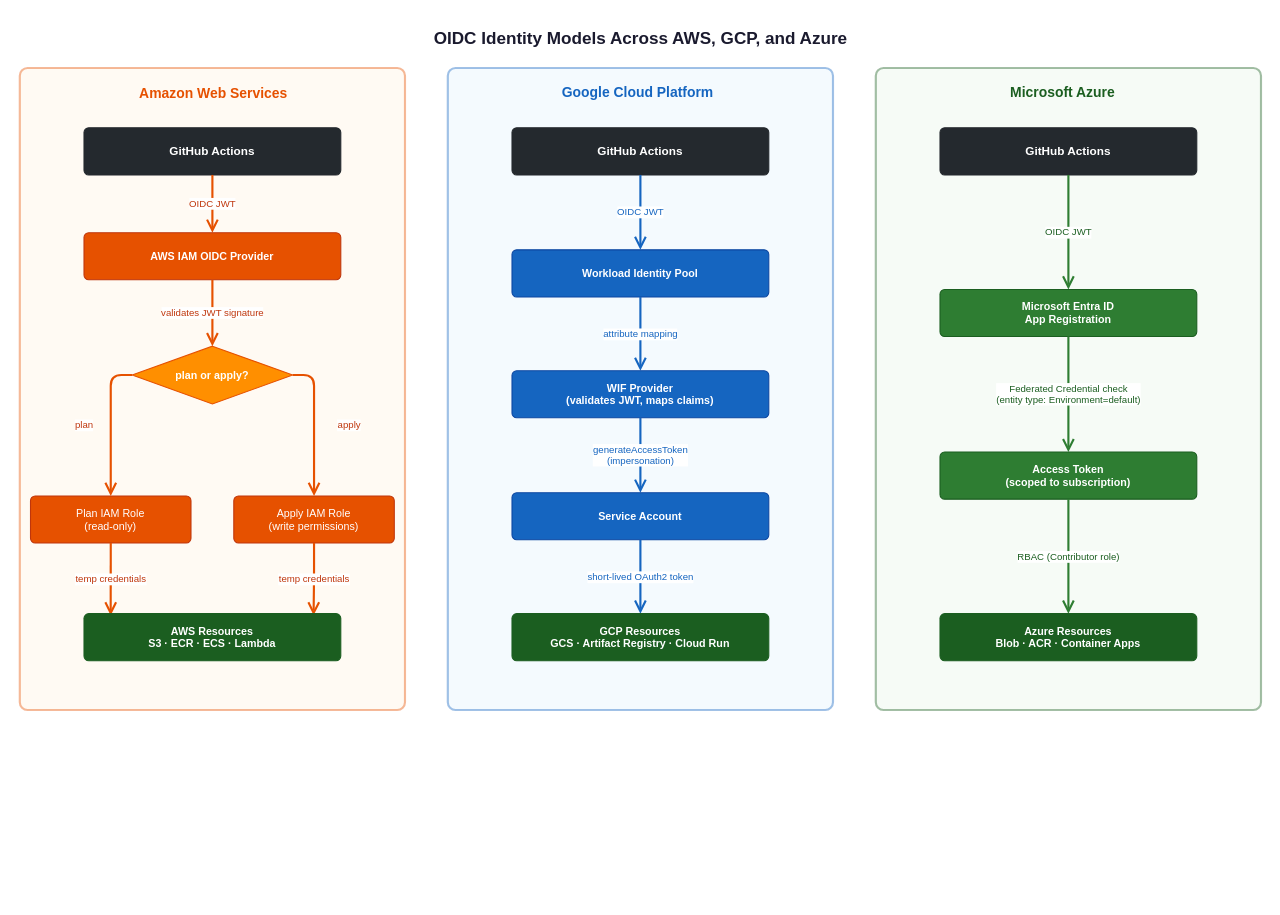
The draw.io diagram docs/diagrams/oidc-identity-models.drawio in edoatley/tf-public-cloud, before the edit. Source tidied: cells renumbered, new cells numbered last; positions are measured from the earlier drawing's top-left corner, leaving out a move shared by most shapes. Both pictures are drawn from the tidied source at 107%, with x=0, y=0 at pixel (19, 18).
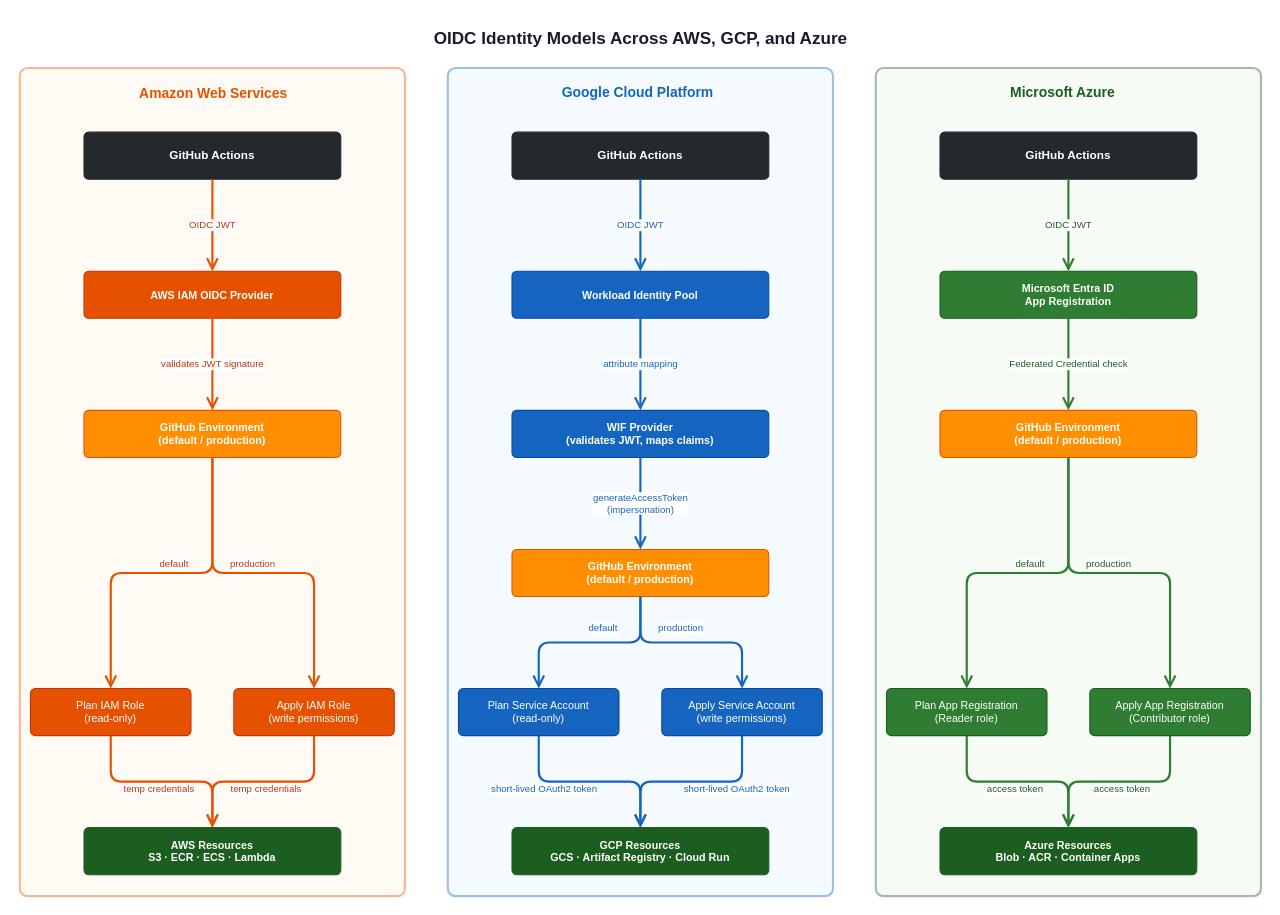
The same page after the edit.

What changed in the source:
```diff
@@
     <mxCell id="3" style="rounded=1;whiteSpace=wrap;html=1;fillColor=#fff3e0;strokeColor=#e65100;strokeWidth=2;opacity=40;arcSize=2;" parent="1" vertex="1">
-      <mxGeometry y="46" width="360" height="600" as="geometry" />
+      <mxGeometry y="46" width="360" height="774" as="geometry" />
     </mxCell>
     <mxCell id="4" style="rounded=1;whiteSpace=wrap;html=1;fillColor=#e3f2fd;strokeColor=#1565c0;strokeWidth=2;opacity=40;arcSize=2;" parent="1" vertex="1">
-      <mxGeometry x="400" y="46" width="360" height="600" as="geometry" />
+      <mxGeometry x="400" y="46" width="360" height="774" as="geometry" />
     </mxCell>
     <mxCell id="5" style="rounded=1;whiteSpace=wrap;html=1;fillColor=#e8f5e9;strokeColor=#1b5e20;strokeWidth=2;opacity=40;arcSize=2;" parent="1" vertex="1">
-      <mxGeometry x="800" y="46" width="360" height="600" as="geometry" />
+      <mxGeometry x="800" y="46" width="360" height="774" as="geometry" />
     </mxCell>
     <mxCell id="6" value="Amazon Web Services" style="text;html=1;strokeColor=none;fillColor=none;align=left;verticalAlign=middle;fontSize=13;fontStyle=1;fontColor=#e65100;" parent="1" vertex="1">
-      <mxGeometry x="110" y="54" width="152" height="32" as="geometry" />
+      <mxGeometry x="110" y="54" width="200" height="32" as="geometry" />
     </mxCell>
     <mxCell id="7" value="Google Cloud Platform" style="text;html=1;strokeColor=none;fillColor=none;align=left;verticalAlign=middle;fontSize=13;fontStyle=1;fontColor=#1565c0;" parent="1" vertex="1">
-      <mxGeometry x="505" y="53" width="150" height="32" as="geometry" />
+      <mxGeometry x="505" y="53" width="200" height="32" as="geometry" />
     </mxCell>
     <mxCell id="8" value="Microsoft Azure" style="text;html=1;strokeColor=none;fillColor=none;align=left;verticalAlign=middle;fontSize=13;fontStyle=1;fontColor=#1b5e20;" parent="1" vertex="1">
-      <mxGeometry x="924" y="53" width="112" height="32" as="geometry" />
+      <mxGeometry x="924" y="53" width="180" height="32" as="geometry" />
     </mxCell>
     <mxCell id="9" value="GitHub Actions" style="rounded=1;whiteSpace=wrap;html=1;fillColor=#24292e;strokeColor=#24292e;fontColor=#ffffff;fontStyle=1;fontSize=11;arcSize=10;" parent="1" vertex="1">
-      <mxGeometry x="60" y="102" width="240" height="44" as="geometry" />
+      <mxGeometry x="60" y="106" width="240" height="44" as="geometry" />
     </mxCell>
     <mxCell id="10" value="GitHub Actions" style="rounded=1;whiteSpace=wrap;html=1;fillColor=#24292e;strokeColor=#24292e;fontColor=#ffffff;fontStyle=1;fontSize=11;arcSize=10;" parent="1" vertex="1">
-      <mxGeometry x="460" y="102" width="240" height="44" as="geometry" />
+      <mxGeometry x="460" y="106" width="240" height="44" as="geometry" />
     </mxCell>
     <mxCell id="11" value="GitHub Actions" style="rounded=1;whiteSpace=wrap;html=1;fillColor=#24292e;strokeColor=#24292e;fontColor=#ffffff;fontStyle=1;fontSize=11;arcSize=10;" parent="1" vertex="1">
-      <mxGeometry x="860" y="102" width="240" height="44" as="geometry" />
+      <mxGeometry x="860" y="106" width="240" height="44" as="geometry" />
     </mxCell>
+    <mxCell id="15" value="AWS IAM OIDC Provider" style="rounded=1;whiteSpace=wrap;html=1;fillColor=#e65100;strokeColor=#bf360c;fontColor=#ffffff;fontStyle=1;fontSize=10;arcSize=10;" parent="1" vertex="1">
+      <mxGeometry x="60" y="236" width="240" height="44" as="geometry" />
+    </mxCell>
+    <mxCell id="16" value="Workload Identity Pool" style="rounded=1;whiteSpace=wrap;html=1;fillColor=#1565c0;strokeColor=#0d47a1;fontColor=#ffffff;fontStyle=1;fontSize=10;arcSize=10;" parent="1" vertex="1">
+      <mxGeometry x="460" y="236" width="240" height="44" as="geometry" />
+    </mxCell>
+    <mxCell id="17" value="Microsoft Entra ID&#10;App Registration" style="rounded=1;whiteSpace=wrap;html=1;fillColor=#2e7d32;strokeColor=#1b5e20;fontColor=#ffffff;fontStyle=1;fontSize=10;arcSize=10;" parent="1" vertex="1">
+      <mxGeometry x="860" y="236" width="240" height="44" as="geometry" />
+    </mxCell>
+    <mxCell id="37" value="GitHub Environment&#10;(default / production)" style="rounded=1;whiteSpace=wrap;html=1;fillColor=#ff8f00;strokeColor=#e65100;fontColor=#ffffff;fontStyle=1;fontSize=10;arcSize=10;" parent="1" vertex="1">
+      <mxGeometry x="60" y="366" width="240" height="44" as="geometry" />
+    </mxCell>
+    <mxCell id="22" value="WIF Provider&#10;(validates JWT, maps claims)" style="rounded=1;whiteSpace=wrap;html=1;fillColor=#1565c0;strokeColor=#0d47a1;fontColor=#ffffff;fontStyle=1;fontSize=10;arcSize=10;" parent="1" vertex="1">
+      <mxGeometry x="460" y="366" width="240" height="44" as="geometry" />
+    </mxCell>
+    <mxCell id="38" value="GitHub Environment&#10;(default / production)" style="rounded=1;whiteSpace=wrap;html=1;fillColor=#ff8f00;strokeColor=#e65100;fontColor=#ffffff;fontStyle=1;fontSize=10;arcSize=10;" parent="1" vertex="1">
+      <mxGeometry x="860" y="366" width="240" height="44" as="geometry" />
+    </mxCell>
+    <mxCell id="39" value="GitHub Environment&#10;(default / production)" style="rounded=1;whiteSpace=wrap;html=1;fillColor=#ff8f00;strokeColor=#e65100;fontColor=#ffffff;fontStyle=1;fontSize=10;arcSize=10;" parent="1" vertex="1">
+      <mxGeometry x="460" y="496" width="240" height="44" as="geometry" />
+    </mxCell>
+    <mxCell id="24" value="Plan IAM Role&#10;(read-only)" style="rounded=1;whiteSpace=wrap;html=1;fillColor=#e65100;strokeColor=#bf360c;fontColor=#ffffff;fontStyle=0;fontSize=10;arcSize=10;" parent="1" vertex="1">
+      <mxGeometry x="10" y="626" width="150" height="44" as="geometry" />
+    </mxCell>
+    <mxCell id="25" value="Apply IAM Role&#10;(write permissions)" style="rounded=1;whiteSpace=wrap;html=1;fillColor=#e65100;strokeColor=#bf360c;fontColor=#ffffff;fontStyle=0;fontSize=10;arcSize=10;" parent="1" vertex="1">
+      <mxGeometry x="200" y="626" width="150" height="44" as="geometry" />
+    </mxCell>
+    <mxCell id="40" value="Plan Service Account&#10;(read-only)" style="rounded=1;whiteSpace=wrap;html=1;fillColor=#1565c0;strokeColor=#0d47a1;fontColor=#ffffff;fontStyle=0;fontSize=10;arcSize=10;" parent="1" vertex="1">
+      <mxGeometry x="410" y="626" width="150" height="44" as="geometry" />
+    </mxCell>
+    <mxCell id="41" value="Apply Service Account&#10;(write permissions)" style="rounded=1;whiteSpace=wrap;html=1;fillColor=#1565c0;strokeColor=#0d47a1;fontColor=#ffffff;fontStyle=0;fontSize=10;arcSize=10;" parent="1" vertex="1">
+      <mxGeometry x="600" y="626" width="150" height="44" as="geometry" />
+    </mxCell>
+    <mxCell id="42" value="Plan App Registration&#10;(Reader role)" style="rounded=1;whiteSpace=wrap;html=1;fillColor=#2e7d32;strokeColor=#1b5e20;fontColor=#ffffff;fontStyle=0;fontSize=10;arcSize=10;" parent="1" vertex="1">
+      <mxGeometry x="810" y="626" width="150" height="44" as="geometry" />
+    </mxCell>
+    <mxCell id="43" value="Apply App Registration&#10;(Contributor role)" style="rounded=1;whiteSpace=wrap;html=1;fillColor=#2e7d32;strokeColor=#1b5e20;fontColor=#ffffff;fontStyle=0;fontSize=10;arcSize=10;" parent="1" vertex="1">
+      <mxGeometry x="1000" y="626" width="150" height="44" as="geometry" />
+    </mxCell>
+    <mxCell id="34" value="AWS Resources&#10;S3 · ECR · ECS · Lambda" style="rounded=1;whiteSpace=wrap;html=1;fillColor=#1b5e20;strokeColor=#1b5e20;fontColor=#ffffff;fontStyle=1;fontSize=10;arcSize=10;" parent="1" vertex="1">
+      <mxGeometry x="60" y="756" width="240" height="44" as="geometry" />
+    </mxCell>
+    <mxCell id="35" value="GCP Resources&#10;GCS · Artifact Registry · Cloud Run" style="rounded=1;whiteSpace=wrap;html=1;fillColor=#1b5e20;strokeColor=#1b5e20;fontColor=#ffffff;fontStyle=1;fontSize=10;arcSize=10;" parent="1" vertex="1">
+      <mxGeometry x="460" y="756" width="240" height="44" as="geometry" />
+    </mxCell>
+    <mxCell id="36" value="Azure Resources&#10;Blob · ACR · Container Apps" style="rounded=1;whiteSpace=wrap;html=1;fillColor=#1b5e20;strokeColor=#1b5e20;fontColor=#ffffff;fontStyle=1;fontSize=10;arcSize=10;" parent="1" vertex="1">
+      <mxGeometry x="860" y="756" width="240" height="44" as="geometry" />
+    </mxCell>
-    <mxCell id="12" value="OIDC JWT" style="endArrow=open;endFill=0;endSize=8;html=1;strokeColor=#e65100;strokeWidth=2;exitX=0.5;exitY=1;exitDx=0;exitDy=0;entryX=0.5;entryY=0;entryDx=0;entryDy=0;align=center;fontSize=9;fontColor=#bf360c;" parent="1" edge="1" source="9" target="15">
+    <mxCell id="12" value="OIDC JWT" style="endArrow=open;endFill=0;endSize=8;html=1;strokeColor=#e65100;strokeWidth=2;align=center;fontSize=9;fontColor=#bf360c;" parent="1" edge="1" source="9" target="15">
       <mxGeometry relative="1" as="geometry" />
     </mxCell>
-    <mxCell id="13" value="OIDC JWT" style="endArrow=open;endFill=0;endSize=8;html=1;strokeColor=#1565c0;strokeWidth=2;exitX=0.5;exitY=1;exitDx=0;exitDy=0;entryX=0.5;entryY=0;entryDx=0;entryDy=0;align=center;fontSize=9;fontColor=#1565c0;" parent="1" edge="1" source="10" target="16">
+    <mxCell id="13" value="OIDC JWT" style="endArrow=open;endFill=0;endSize=8;html=1;strokeColor=#1565c0;strokeWidth=2;align=center;fontSize=9;fontColor=#1565c0;" parent="1" edge="1" source="10" target="16">
       <mxGeometry relative="1" as="geometry" />
     </mxCell>
-    <mxCell id="14" value="OIDC JWT" style="endArrow=open;endFill=0;endSize=8;html=1;strokeColor=#2e7d32;strokeWidth=2;exitX=0.5;exitY=1;exitDx=0;exitDy=0;entryX=0.5;entryY=0;entryDx=0;entryDy=0;align=center;fontSize=9;fontColor=#1b5e20;" parent="1" edge="1" source="11" target="17">
+    <mxCell id="14" value="OIDC JWT" style="endArrow=open;endFill=0;endSize=8;html=1;strokeColor=#2e7d32;strokeWidth=2;align=center;fontSize=9;fontColor=#1b5e20;" parent="1" edge="1" source="11" target="17">
       <mxGeometry relative="1" as="geometry" />
     </mxCell>
-    <mxCell id="15" value="AWS IAM OIDC Provider" style="rounded=1;whiteSpace=wrap;html=1;fillColor=#e65100;strokeColor=#bf360c;fontColor=#ffffff;fontStyle=1;fontSize=10;arcSize=10;" parent="1" vertex="1">
-      <mxGeometry x="60" y="200" width="240" height="44" as="geometry" />
-    </mxCell>
-    <mxCell id="16" value="Workload Identity Pool" style="rounded=1;whiteSpace=wrap;html=1;fillColor=#1565c0;strokeColor=#0d47a1;fontColor=#ffffff;fontStyle=1;fontSize=10;arcSize=10;" parent="1" vertex="1">
-      <mxGeometry x="460" y="216" width="240" height="44" as="geometry" />
-    </mxCell>
-    <mxCell id="17" value="Microsoft Entra ID&#10;App Registration" style="rounded=1;whiteSpace=wrap;html=1;fillColor=#2e7d32;strokeColor=#1b5e20;fontColor=#ffffff;fontStyle=1;fontSize=10;arcSize=10;" parent="1" vertex="1">
-      <mxGeometry x="860" y="253" width="240" height="44" as="geometry" />
-    </mxCell>
-    <mxCell id="18" value="validates JWT signature" style="endArrow=open;endFill=0;endSize=8;html=1;strokeColor=#e65100;strokeWidth=2;exitX=0.5;exitY=1;exitDx=0;exitDy=0;entryX=0.5;entryY=0;entryDx=0;entryDy=0;align=center;fontSize=9;fontColor=#bf360c;" parent="1" edge="1" source="15" target="21">
+    <mxCell id="18" value="validates JWT signature" style="endArrow=open;endFill=0;endSize=8;html=1;strokeColor=#e65100;strokeWidth=2;align=center;fontSize=9;fontColor=#bf360c;" parent="1" edge="1" source="15" target="37">
       <mxGeometry relative="1" as="geometry" />
     </mxCell>
-    <mxCell id="19" value="attribute mapping" style="endArrow=open;endFill=0;endSize=8;html=1;strokeColor=#1565c0;strokeWidth=2;exitX=0.5;exitY=1;exitDx=0;exitDy=0;entryX=0.5;entryY=0;entryDx=0;entryDy=0;align=center;fontSize=9;fontColor=#1565c0;" parent="1" edge="1" source="16" target="22">
+    <mxCell id="19" value="attribute mapping" style="endArrow=open;endFill=0;endSize=8;html=1;strokeColor=#1565c0;strokeWidth=2;align=center;fontSize=9;fontColor=#1565c0;" parent="1" edge="1" source="16" target="22">
       <mxGeometry relative="1" as="geometry" />
     </mxCell>
-    <mxCell id="20" value="Federated Credential check&#10;(entity type: Environment=default)" style="endArrow=open;endFill=0;endSize=8;html=1;strokeColor=#2e7d32;strokeWidth=2;exitX=0.5;exitY=1;exitDx=0;exitDy=0;entryX=0.5;entryY=0;entryDx=0;entryDy=0;align=center;fontSize=9;fontColor=#1b5e20;" parent="1" edge="1" source="17" target="23">
+    <mxCell id="20" value="Federated Credential check" style="endArrow=open;endFill=0;endSize=8;html=1;strokeColor=#2e7d32;strokeWidth=2;align=center;fontSize=9;fontColor=#1b5e20;" parent="1" edge="1" source="17" target="38">
       <mxGeometry relative="1" as="geometry" />
     </mxCell>
-    <mxCell id="21" value="plan or apply?" style="rhombus;whiteSpace=wrap;html=1;fillColor=#ff8f00;strokeColor=#e65100;fontColor=#ffffff;fontStyle=1;fontSize=10;" parent="1" vertex="1">
-      <mxGeometry x="105" y="306" width="150" height="54" as="geometry" />
-    </mxCell>
-    <mxCell id="22" value="WIF Provider&#10;(validates JWT, maps claims)" style="rounded=1;whiteSpace=wrap;html=1;fillColor=#1565c0;strokeColor=#0d47a1;fontColor=#ffffff;fontStyle=1;fontSize=10;arcSize=10;" parent="1" vertex="1">
-      <mxGeometry x="460" y="329" width="240" height="44" as="geometry" />
-    </mxCell>
-    <mxCell id="23" value="Access Token&#10;(scoped to subscription)" style="rounded=1;whiteSpace=wrap;html=1;fillColor=#2e7d32;strokeColor=#1b5e20;fontColor=#ffffff;fontStyle=1;fontSize=10;arcSize=10;" parent="1" vertex="1">
-      <mxGeometry x="860" y="405" width="240" height="44" as="geometry" />
-    </mxCell>
-    <mxCell id="24" value="Plan IAM Role&#10;(read-only)" style="rounded=1;whiteSpace=wrap;html=1;fillColor=#e65100;strokeColor=#bf360c;fontColor=#ffffff;fontStyle=0;fontSize=10;arcSize=10;" parent="1" vertex="1">
-      <mxGeometry x="10" y="446" width="150" height="44" as="geometry" />
-    </mxCell>
-    <mxCell id="25" value="Apply IAM Role&#10;(write permissions)" style="rounded=1;whiteSpace=wrap;html=1;fillColor=#e65100;strokeColor=#bf360c;fontColor=#ffffff;fontStyle=0;fontSize=10;arcSize=10;" parent="1" vertex="1">
-      <mxGeometry x="200" y="446" width="150" height="44" as="geometry" />
-    </mxCell>
-    <mxCell id="26" value="plan" style="endArrow=open;endFill=0;endSize=8;html=1;strokeColor=#e65100;strokeWidth=2;edgeStyle=orthogonalEdgeStyle;exitX=0;exitY=0.5;exitDx=0;exitDy=0;entryX=0.5;entryY=0;entryDx=0;entryDy=0;align=left;fontSize=9;fontColor=#bf360c;" parent="1" edge="1" source="21" target="24">
-      <mxGeometry x="0.01" y="-35" relative="1" as="geometry">
-        <Array as="points">
-          <mxPoint x="85" y="333" />
-        </Array>
-      </mxGeometry>
-    </mxCell>
-    <mxCell id="27" value="apply" style="endArrow=open;endFill=0;endSize=8;html=1;strokeColor=#e65100;strokeWidth=2;edgeStyle=orthogonalEdgeStyle;exitX=1;exitY=0.5;exitDx=0;exitDy=0;entryX=0.5;entryY=0;entryDx=0;entryDy=0;align=right;fontSize=9;fontColor=#bf360c;" parent="1" edge="1" source="21" target="25">
-      <mxGeometry x="0.01" y="45" relative="1" as="geometry">
-        <Array as="points">
-          <mxPoint x="275" y="333" />
-        </Array>
-      </mxGeometry>
-    </mxCell>
-    <mxCell id="28" value="generateAccessToken&#10;(impersonation)" style="endArrow=open;endFill=0;endSize=8;html=1;strokeColor=#1565c0;strokeWidth=2;exitX=0.5;exitY=1;exitDx=0;exitDy=0;entryX=0.5;entryY=0;entryDx=0;entryDy=0;align=center;fontSize=9;fontColor=#1565c0;" parent="1" edge="1" source="22" target="30">
+    <mxCell id="28" value="generateAccessToken&#10;(impersonation)" style="endArrow=open;endFill=0;endSize=8;html=1;strokeColor=#1565c0;strokeWidth=2;align=center;fontSize=9;fontColor=#1565c0;" parent="1" edge="1" source="22" target="39">
       <mxGeometry relative="1" as="geometry" />
     </mxCell>
-    <mxCell id="29" value="RBAC (Contributor role)" style="endArrow=open;endFill=0;endSize=8;html=1;strokeColor=#2e7d32;strokeWidth=2;exitX=0.5;exitY=1;exitDx=0;exitDy=0;entryX=0.5;entryY=0;entryDx=0;entryDy=0;align=center;fontSize=9;fontColor=#1b5e20;" parent="1" edge="1" source="23" target="36">
-      <mxGeometry relative="1" as="geometry" />
-    </mxCell>
-    <mxCell id="30" value="Service Account" style="rounded=1;whiteSpace=wrap;html=1;fillColor=#1565c0;strokeColor=#0d47a1;fontColor=#ffffff;fontStyle=1;fontSize=10;arcSize=10;" parent="1" vertex="1">
-      <mxGeometry x="460" y="443" width="240" height="44" as="geometry" />
-    </mxCell>
+    <mxCell id="44" value="default" style="endArrow=open;endFill=0;endSize=8;html=1;strokeColor=#e65100;strokeWidth=2;edgeStyle=orthogonalEdgeStyle;align=left;fontSize=9;fontColor=#bf360c;" parent="1" edge="1" source="37" target="24">
+      <mxGeometry x="0.02" y="-8" relative="1" as="geometry" />
+    </mxCell>
+    <mxCell id="45" value="production" style="endArrow=open;endFill=0;endSize=8;html=1;strokeColor=#e65100;strokeWidth=2;edgeStyle=orthogonalEdgeStyle;align=right;fontSize=9;fontColor=#bf360c;" parent="1" edge="1" source="37" target="25">
+      <mxGeometry x="0.08" y="8" relative="1" as="geometry" />
+    </mxCell>
+    <mxCell id="46" value="default" style="endArrow=open;endFill=0;endSize=8;html=1;strokeColor=#1565c0;strokeWidth=2;edgeStyle=orthogonalEdgeStyle;align=left;fontSize=9;fontColor=#1565c0;" parent="1" edge="1" source="39" target="40">
+      <mxGeometry x="0.03" y="-13" relative="1" as="geometry" />
+    </mxCell>
+    <mxCell id="47" value="production" style="endArrow=open;endFill=0;endSize=8;html=1;strokeColor=#1565c0;strokeWidth=2;edgeStyle=orthogonalEdgeStyle;align=right;fontSize=9;fontColor=#1565c0;" parent="1" edge="1" source="39" target="41">
+      <mxGeometry x="0.14" y="13" relative="1" as="geometry" />
+    </mxCell>
+    <mxCell id="48" value="default" style="endArrow=open;endFill=0;endSize=8;html=1;strokeColor=#2e7d32;strokeWidth=2;edgeStyle=orthogonalEdgeStyle;align=left;fontSize=9;fontColor=#1b5e20;" parent="1" edge="1" source="38" target="42">
+      <mxGeometry x="0.02" y="-8" relative="1" as="geometry" />
+    </mxCell>
+    <mxCell id="49" value="production" style="endArrow=open;endFill=0;endSize=8;html=1;strokeColor=#2e7d32;strokeWidth=2;edgeStyle=orthogonalEdgeStyle;align=right;fontSize=9;fontColor=#1b5e20;" parent="1" edge="1" source="38" target="43">
+      <mxGeometry x="0.08" y="8" relative="1" as="geometry" />
+    </mxCell>
-    <mxCell id="31" value="temp credentials" style="endArrow=open;endFill=0;endSize=8;html=1;strokeColor=#e65100;strokeWidth=2;edgeStyle=orthogonalEdgeStyle;exitX=0.5;exitY=1;exitDx=0;exitDy=0;align=center;fontSize=9;fontColor=#bf360c;entryX=0.104;entryY=0.038;entryDx=0;entryDy=0;entryPerimeter=0;" parent="1" edge="1" source="24" target="34">
-      <mxGeometry relative="1" as="geometry" />
+    <mxCell id="31" value="temp credentials" style="endArrow=open;endFill=0;endSize=8;html=1;strokeColor=#e65100;strokeWidth=2;edgeStyle=orthogonalEdgeStyle;align=center;fontSize=9;fontColor=#bf360c;" parent="1" edge="1" source="24" target="34">
+      <mxGeometry x="-0.03" y="-7" relative="1" as="geometry" />
     </mxCell>
-    <mxCell id="32" value="temp credentials" style="endArrow=open;endFill=0;endSize=8;html=1;strokeColor=#e65100;strokeWidth=2;edgeStyle=orthogonalEdgeStyle;exitX=0.5;exitY=1;exitDx=0;exitDy=0;align=center;fontSize=9;fontColor=#bf360c;entryX=0.894;entryY=0.036;entryDx=0;entryDy=0;entryPerimeter=0;" parent="1" edge="1" source="25" target="34">
-      <mxGeometry relative="1" as="geometry" />
+    <mxCell id="32" value="temp credentials" style="endArrow=open;endFill=0;endSize=8;html=1;strokeColor=#e65100;strokeWidth=2;edgeStyle=orthogonalEdgeStyle;align=center;fontSize=9;fontColor=#bf360c;" parent="1" edge="1" source="25" target="34">
+      <mxGeometry x="-0.03" y="7" relative="1" as="geometry" />
     </mxCell>
-    <mxCell id="33" value="short-lived OAuth2 token" style="endArrow=open;endFill=0;endSize=8;html=1;strokeColor=#1565c0;strokeWidth=2;exitX=0.5;exitY=1;exitDx=0;exitDy=0;entryX=0.5;entryY=0;entryDx=0;entryDy=0;align=center;fontSize=9;fontColor=#1565c0;" parent="1" edge="1" source="30" target="35">
-      <mxGeometry relative="1" as="geometry" />
-    </mxCell>
-    <mxCell id="34" value="AWS Resources&#10;S3 · ECR · ECS · Lambda" style="rounded=1;whiteSpace=wrap;html=1;fillColor=#1b5e20;strokeColor=#1b5e20;fontColor=#ffffff;fontStyle=1;fontSize=10;arcSize=10;" parent="1" vertex="1">
-      <mxGeometry x="60" y="556" width="240" height="44" as="geometry" />
-    </mxCell>
-    <mxCell id="35" value="GCP Resources&#10;GCS · Artifact Registry · Cloud Run" style="rounded=1;whiteSpace=wrap;html=1;fillColor=#1b5e20;strokeColor=#1b5e20;fontColor=#ffffff;fontStyle=1;fontSize=10;arcSize=10;" parent="1" vertex="1">
-      <mxGeometry x="460" y="556" width="240" height="44" as="geometry" />
-    </mxCell>
-    <mxCell id="36" value="Azure Resources&#10;Blob · ACR · Container Apps" style="rounded=1;whiteSpace=wrap;html=1;fillColor=#1b5e20;strokeColor=#1b5e20;fontColor=#ffffff;fontStyle=1;fontSize=10;arcSize=10;" parent="1" vertex="1">
-      <mxGeometry x="860" y="556" width="240" height="44" as="geometry" />
-    </mxCell>
+    <mxCell id="50" value="short-lived OAuth2 token" style="endArrow=open;endFill=0;endSize=8;html=1;strokeColor=#1565c0;strokeWidth=2;edgeStyle=orthogonalEdgeStyle;align=center;fontSize=9;fontColor=#1565c0;" parent="1" edge="1" source="40" target="35">
+      <mxGeometry x="-0.47" y="-7" relative="1" as="geometry" />
+    </mxCell>
+    <mxCell id="51" value="short-lived OAuth2 token" style="endArrow=open;endFill=0;endSize=8;html=1;strokeColor=#1565c0;strokeWidth=2;edgeStyle=orthogonalEdgeStyle;align=center;fontSize=9;fontColor=#1565c0;" parent="1" edge="1" source="41" target="35">
+      <mxGeometry x="-0.47" y="7" relative="1" as="geometry" />
+    </mxCell>
+    <mxCell id="52" value="access token" style="endArrow=open;endFill=0;endSize=8;html=1;strokeColor=#2e7d32;strokeWidth=2;edgeStyle=orthogonalEdgeStyle;align=center;fontSize=9;fontColor=#1b5e20;" parent="1" edge="1" source="42" target="36">
+      <mxGeometry x="-0.03" y="-7" relative="1" as="geometry" />
+    </mxCell>
+    <mxCell id="53" value="access token" style="endArrow=open;endFill=0;endSize=8;html=1;strokeColor=#2e7d32;strokeWidth=2;edgeStyle=orthogonalEdgeStyle;align=center;fontSize=9;fontColor=#1b5e20;" parent="1" edge="1" source="43" target="36">
+      <mxGeometry x="-0.03" y="7" relative="1" as="geometry" />
+    </mxCell>
```
